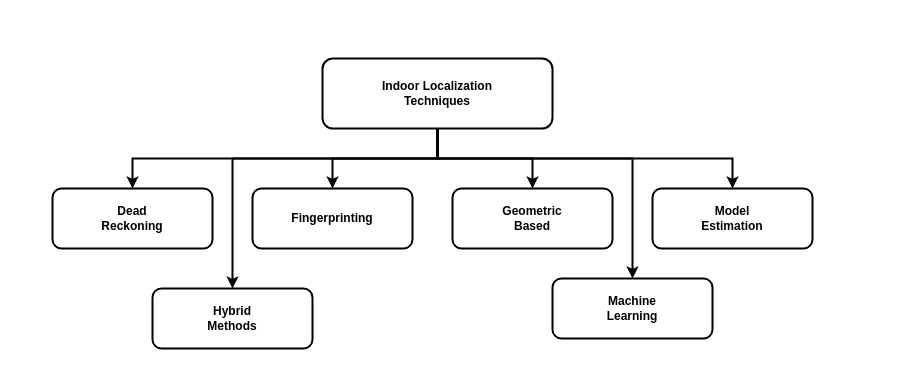
cipherswami/drawio-diagrams keeps this draw.io diagram as indoor-localization-overview.drawio. Above is the earlier version. Source tidied: cells renumbered, new cells numbered last; positions are measured from the earlier drawing's top-left corner, leaving out a move shared by most shapes. Both pictures are drawn from the tidied source at 100%, with x=0, y=0 at pixel (52, 58).
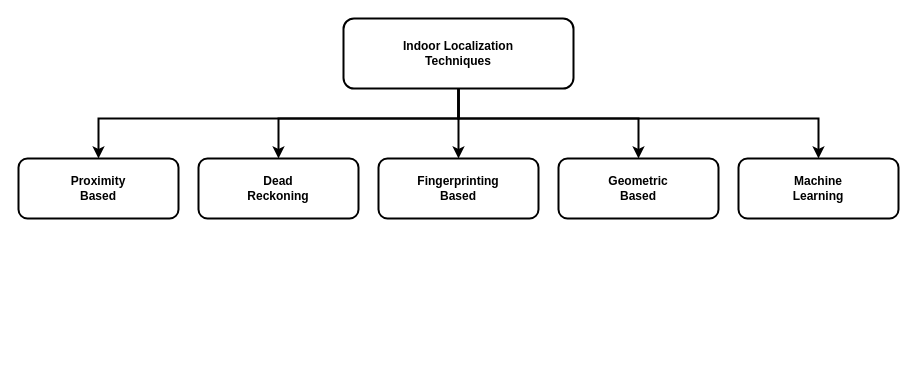
The same diagram, later.

Diff of the diagram source:
```diff
@@
 <mxGraphModel>
   <root>
     <mxCell id="0" />
     <mxCell id="1" parent="0" />
+    <mxCell id="5" style="edgeStyle=orthogonalEdgeStyle;rounded=0;jettySize=auto;html=1;exitX=0.5;exitY=1;exitDx=0;exitDy=0;entryX=0.5;entryY=0;entryDx=0;entryDy=0;strokeWidth=2;" parent="1" edge="1" source="8" target="12">
+      <mxGeometry relative="1" as="geometry" />
+    </mxCell>
+    <mxCell id="3" style="edgeStyle=orthogonalEdgeStyle;rounded=0;jettySize=auto;html=1;exitX=0.5;exitY=1;exitDx=0;exitDy=0;entryX=0.5;entryY=0;entryDx=0;entryDy=0;strokeWidth=2;" parent="1" edge="1" source="8" target="11">
+      <mxGeometry relative="1" as="geometry">
+        <Array as="points">
+          <mxPoint x="406" y="60" />
+          <mxPoint x="766" y="60" />
+        </Array>
+      </mxGeometry>
+    </mxCell>
-    <mxCell id="2" style="edgeStyle=orthogonalEdgeStyle;rounded=0;jettySize=auto;html=1;exitX=0.5;exitY=1;exitDx=0;exitDy=0;entryX=0.5;entryY=0;entryDx=0;entryDy=0;fontStyle=1;strokeWidth=2;" parent="1" edge="1" source="8" target="10">
-      <mxGeometry relative="1" as="geometry" />
+    <mxCell id="2" style="edgeStyle=orthogonalEdgeStyle;rounded=0;jettySize=auto;html=1;exitX=0.5;exitY=1;exitDx=0;exitDy=0;entryX=0.5;entryY=0;entryDx=0;entryDy=0;strokeWidth=2;" parent="1" edge="1" source="8" target="10">
+      <mxGeometry relative="1" as="geometry">
+        <Array as="points">
+          <mxPoint x="406" y="60" />
+          <mxPoint x="586" y="60" />
+        </Array>
+      </mxGeometry>
     </mxCell>
-    <mxCell id="3" style="edgeStyle=orthogonalEdgeStyle;rounded=0;jettySize=auto;html=1;exitX=0.5;exitY=1;exitDx=0;exitDy=0;entryX=0.5;entryY=0;entryDx=0;entryDy=0;fontStyle=1;strokeWidth=2;" parent="1" edge="1" source="8" target="11">
-      <mxGeometry relative="1" as="geometry" />
-    </mxCell>
-    <mxCell id="4" style="edgeStyle=orthogonalEdgeStyle;rounded=0;jettySize=auto;html=1;exitX=0.5;exitY=1;exitDx=0;exitDy=0;entryX=0.5;entryY=0;entryDx=0;entryDy=0;fontStyle=1;strokeWidth=2;" parent="1" edge="1" source="8" target="13">
-      <mxGeometry relative="1" as="geometry" />
-    </mxCell>
-    <mxCell id="5" style="edgeStyle=orthogonalEdgeStyle;rounded=0;jettySize=auto;html=1;exitX=0.5;exitY=1;exitDx=0;exitDy=0;entryX=0.5;entryY=0;entryDx=0;entryDy=0;fontStyle=1;strokeWidth=2;" parent="1" edge="1" source="8" target="12">
-      <mxGeometry relative="1" as="geometry">
-        <Array as="points">
-          <mxPoint x="385" y="100" />
-          <mxPoint x="580" y="100" />
-        </Array>
-      </mxGeometry>
-    </mxCell>
-    <mxCell id="6" style="edgeStyle=orthogonalEdgeStyle;rounded=0;jettySize=auto;html=1;exitX=0.5;exitY=1;exitDx=0;exitDy=0;entryX=0.5;entryY=0;entryDx=0;entryDy=0;fontStyle=1;strokeWidth=2;" parent="1" edge="1" source="8" target="9">
-      <mxGeometry relative="1" as="geometry" />
+    <mxCell id="6" style="edgeStyle=orthogonalEdgeStyle;rounded=0;jettySize=auto;html=1;exitX=0.5;exitY=1;exitDx=0;exitDy=0;entryX=0.5;entryY=0;entryDx=0;entryDy=0;strokeWidth=2;" parent="1" edge="1" source="8" target="9">
+      <mxGeometry relative="1" as="geometry">
+        <Array as="points">
+          <mxPoint x="406" y="60" />
+          <mxPoint x="226" y="60" />
+        </Array>
+      </mxGeometry>
     </mxCell>
-    <mxCell id="7" style="edgeStyle=orthogonalEdgeStyle;rounded=0;jettySize=auto;html=1;exitX=0.5;exitY=1;exitDx=0;exitDy=0;entryX=0.5;entryY=0;entryDx=0;entryDy=0;fontStyle=1;strokeWidth=2;" parent="1" edge="1" source="8" target="14">
-      <mxGeometry relative="1" as="geometry">
-        <Array as="points">
-          <mxPoint x="385" y="100" />
-          <mxPoint x="180" y="100" />
-        </Array>
-      </mxGeometry>
-    </mxCell>
+    <mxCell id="15" style="edgeStyle=orthogonalEdgeStyle;rounded=0;jettySize=auto;html=1;exitX=0.5;exitY=1;exitDx=0;exitDy=0;entryX=0.5;entryY=0;entryDx=0;entryDy=0;strokeWidth=2;" parent="1" edge="1" source="8" target="16">
+      <mxGeometry relative="1" as="geometry">
+        <Array as="points">
+          <mxPoint x="406" y="60" />
+          <mxPoint x="46" y="60" />
+        </Array>
+      </mxGeometry>
+    </mxCell>
     <mxCell id="8" value="&lt;span&gt;Indoor Localization&lt;/span&gt;&lt;div&gt;&lt;span&gt;Techniques&lt;/span&gt;&lt;/div&gt;" style="rounded=1;whiteSpace=wrap;html=1;fontStyle=1;strokeWidth=2;" parent="1" vertex="1">
-      <mxGeometry x="270" width="230" height="70" as="geometry" />
+      <mxGeometry x="291" y="-40" width="230" height="70" as="geometry" />
     </mxCell>
     <mxCell id="9" value="&lt;span&gt;Dead&lt;/span&gt;&lt;div&gt;&lt;span&gt;Reckoning&lt;/span&gt;&lt;/div&gt;" style="rounded=1;whiteSpace=wrap;html=1;fontStyle=1;strokeWidth=2;" parent="1" vertex="1">
-      <mxGeometry y="130" width="160" height="60" as="geometry" />
+      <mxGeometry x="146" y="100" width="160" height="60" as="geometry" />
     </mxCell>
-    <mxCell id="10" value="&lt;span&gt;Fingerprinting&lt;/span&gt;" style="rounded=1;whiteSpace=wrap;html=1;fontStyle=1;strokeWidth=2;" parent="1" vertex="1">
-      <mxGeometry x="200" y="130" width="160" height="60" as="geometry" />
+    <mxCell id="10" value="Geometric&lt;div&gt;Based&lt;/div&gt;" style="rounded=1;whiteSpace=wrap;html=1;fontStyle=1;strokeWidth=2;" parent="1" vertex="1">
+      <mxGeometry x="506" y="100" width="160" height="60" as="geometry" />
     </mxCell>
-    <mxCell id="11" value="&lt;span&gt;Geometric&lt;/span&gt;&lt;div&gt;&lt;span&gt;Based&lt;/span&gt;&lt;/div&gt;" style="rounded=1;whiteSpace=wrap;html=1;fontStyle=1;strokeWidth=2;" parent="1" vertex="1">
-      <mxGeometry x="400" y="130" width="160" height="60" as="geometry" />
+    <mxCell id="11" value="Machine&lt;div&gt;Learning&lt;/div&gt;" style="rounded=1;whiteSpace=wrap;html=1;fontStyle=1;strokeWidth=2;" parent="1" vertex="1">
+      <mxGeometry x="686" y="100" width="160" height="60" as="geometry" />
     </mxCell>
-    <mxCell id="12" value="&lt;span&gt;Machine&lt;/span&gt;&lt;div&gt;&lt;span&gt;Learning&lt;/span&gt;&lt;/div&gt;" style="rounded=1;whiteSpace=wrap;html=1;fontStyle=1;strokeWidth=2;" parent="1" vertex="1">
-      <mxGeometry x="500" y="220" width="160" height="60" as="geometry" />
+    <mxCell id="12" value="Fingerprinting&lt;div&gt;Based&lt;/div&gt;" style="rounded=1;whiteSpace=wrap;html=1;fontStyle=1;strokeWidth=2;" parent="1" vertex="1">
+      <mxGeometry x="326" y="100" width="160" height="60" as="geometry" />
     </mxCell>
-    <mxCell id="13" value="&lt;span&gt;Model&lt;br&gt;Estimation&lt;/span&gt;" style="rounded=1;whiteSpace=wrap;html=1;fontStyle=1;strokeWidth=2;" parent="1" vertex="1">
-      <mxGeometry x="600" y="130" width="160" height="60" as="geometry" />
-    </mxCell>
-    <mxCell id="14" value="&lt;span&gt;Hybrid&lt;/span&gt;&lt;div&gt;&lt;span&gt;Methods&lt;/span&gt;&lt;/div&gt;" style="rounded=1;whiteSpace=wrap;html=1;fontStyle=1;strokeWidth=2;" parent="1" vertex="1">
-      <mxGeometry x="100" y="230" width="160" height="60" as="geometry" />
-    </mxCell>
+    <mxCell id="16" value="Proximity&lt;div&gt;Based&lt;/div&gt;" style="rounded=1;whiteSpace=wrap;html=1;fontStyle=1;strokeWidth=2;" parent="1" vertex="1">
+      <mxGeometry x="-34" y="100" width="160" height="60" as="geometry" />
+    </mxCell>
   </root>
 </mxGraphModel>
```
